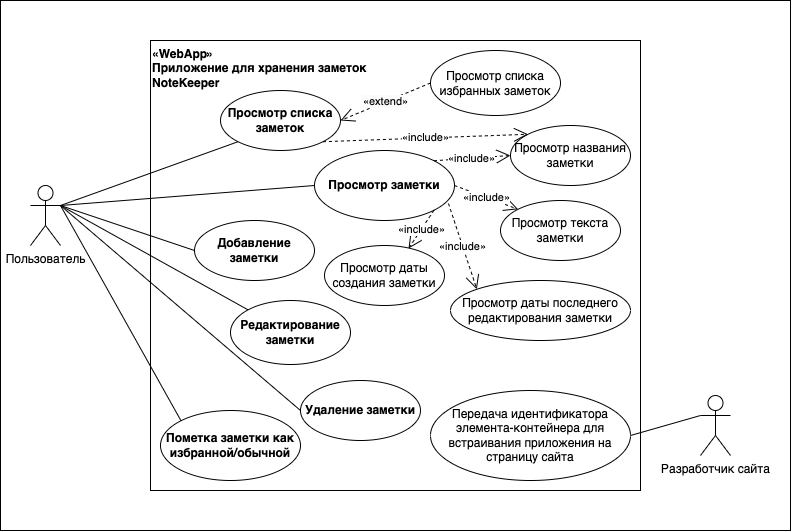
This is NoteKeeper.png from Dmitry-Rosinskiy/Test, a draw.io export, as it was before one commit. Source tidied: cells renumbered, new cells last; positions are measured from the earlier drawing's top-left corner, leaving out a move shared by most shapes.
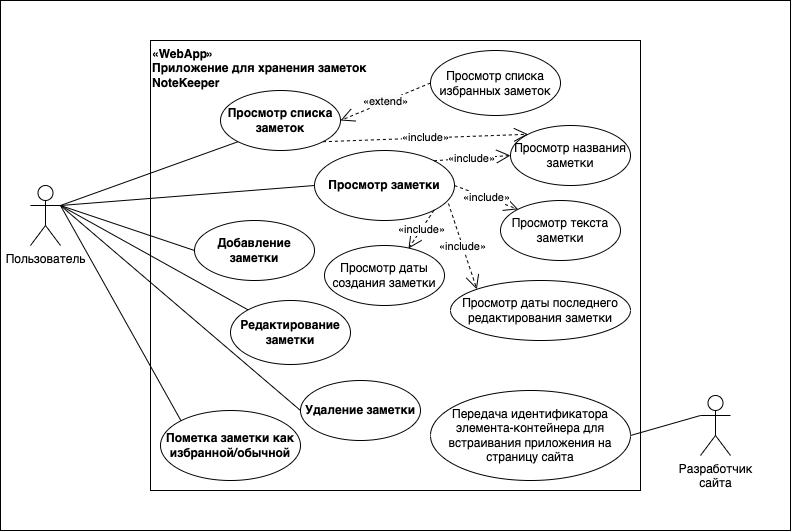
After the commit.

Change to the diagram source:
```diff
@@ -8,7 +8,7 @@
     <mxCell id="3" value="&lt;b&gt;«WebApp»&lt;font face=&quot;Helvetica&quot;&gt;&lt;br&gt;Приложение для хранения заметок&lt;br&gt;NoteKeeper&lt;br&gt;&lt;/font&gt;&lt;/b&gt;" style="html=1;whiteSpace=wrap;align=left;horizontal=1;verticalAlign=top;" parent="1" vertex="1">
       <mxGeometry x="150" y="40" width="490" height="450" as="geometry" />
     </mxCell>
-    <mxCell id="4" value="Разработчик сайта" style="shape=umlActor;verticalLabelPosition=bottom;verticalAlign=top;html=1;" parent="1" vertex="1">
+    <mxCell id="4" value="Разработчик&lt;br&gt;сайта" style="shape=umlActor;verticalLabelPosition=bottom;verticalAlign=top;html=1;" parent="1" vertex="1">
       <mxGeometry x="700" y="395" width="30" height="60" as="geometry" />
     </mxCell>
     <mxCell id="5" value="Передача идентификатора элемента-контейнера для встраивания приложения на страницу сайта" style="ellipse;whiteSpace=wrap;html=1;" parent="1" vertex="1">
```
